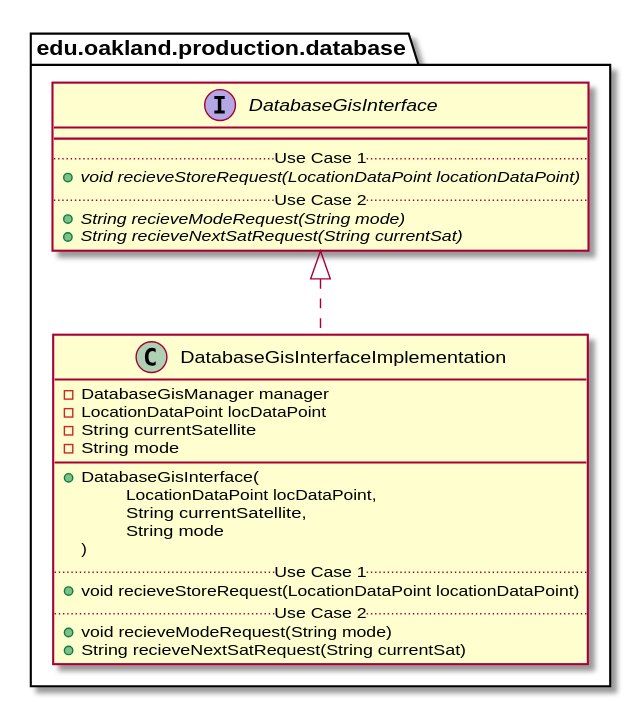
Above: docs/uml-class-diagrams/database/production/DatabaseGisInterfaceImplementation/DatabaseGisInterfaceImplementation_DirectDependencies.svg in andrewdimmer/csi-3370-software-project (PlantUML), before the change.
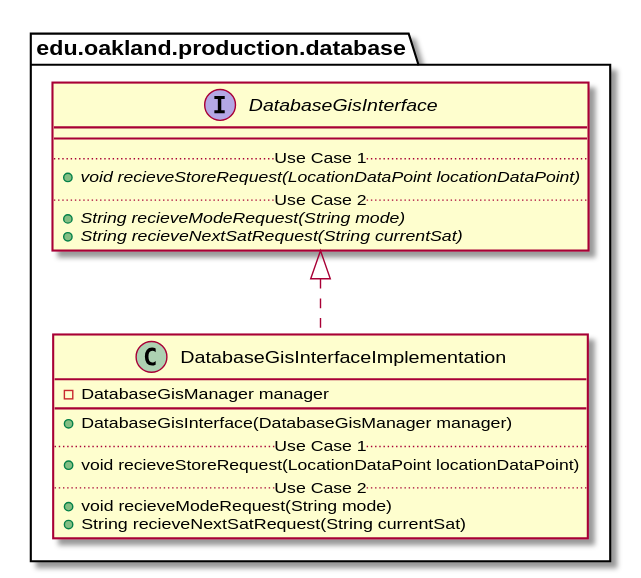
The same diagram one commit later.

What changed in the source:
```diff
@@ -4,15 +4,8 @@
 package edu.oakland.production.database {
     class DatabaseGisInterfaceImplementation {
         - DatabaseGisManager manager
-        - LocationDataPoint locDataPoint
-        - String currentSatellite
-        - String mode
         __
-        + DatabaseGisInterface(
-        \tLocationDataPoint locDataPoint,
-        \tString currentSatellite,
-        \tString mode
-        )
+        + DatabaseGisInterface(DatabaseGisManager manager)
         .. Use Case 1 ..
         + void recieveStoreRequest(LocationDataPoint locationDataPoint)
         .. Use Case 2 ..
```
